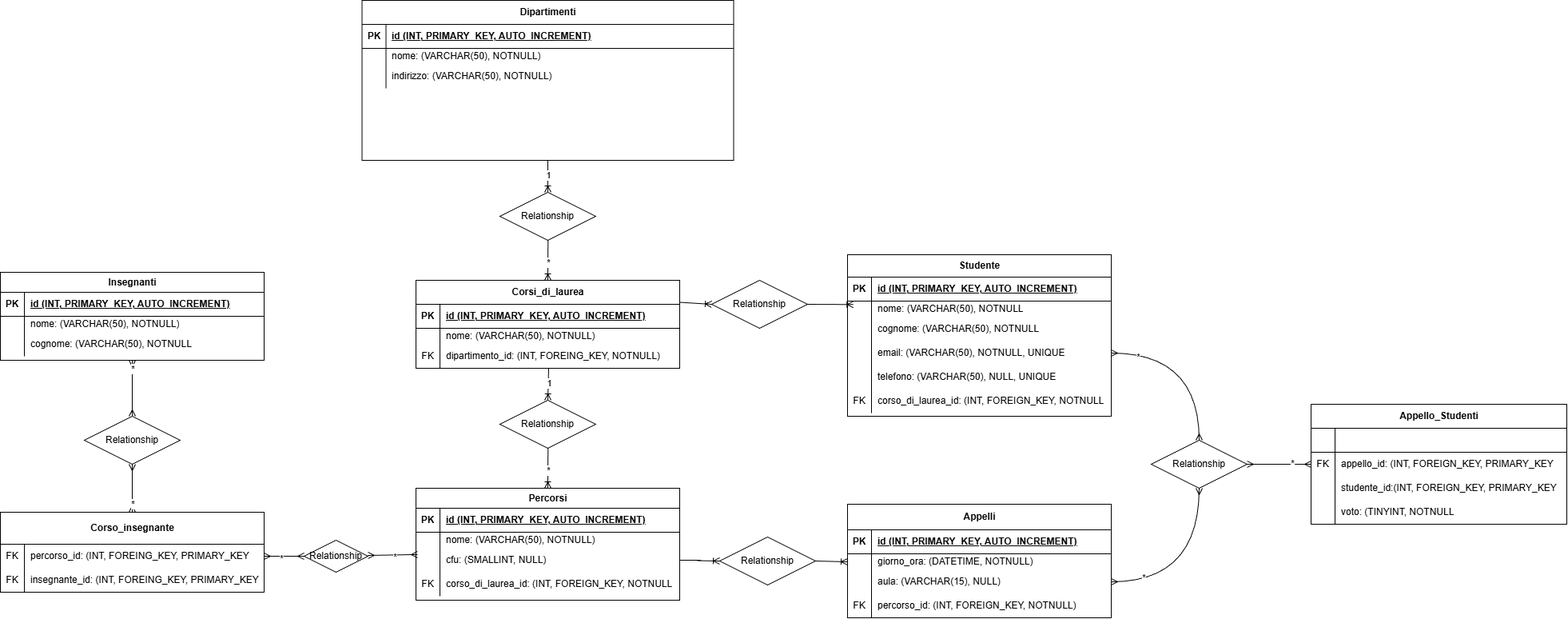
Earlier version of the draw.io export Struttura.png (christian-matarazzo/db-university). Source tidied: cells renumbered, new cells last; positions are measured from the earlier drawing's top-left corner, leaving out a move shared by most shapes.
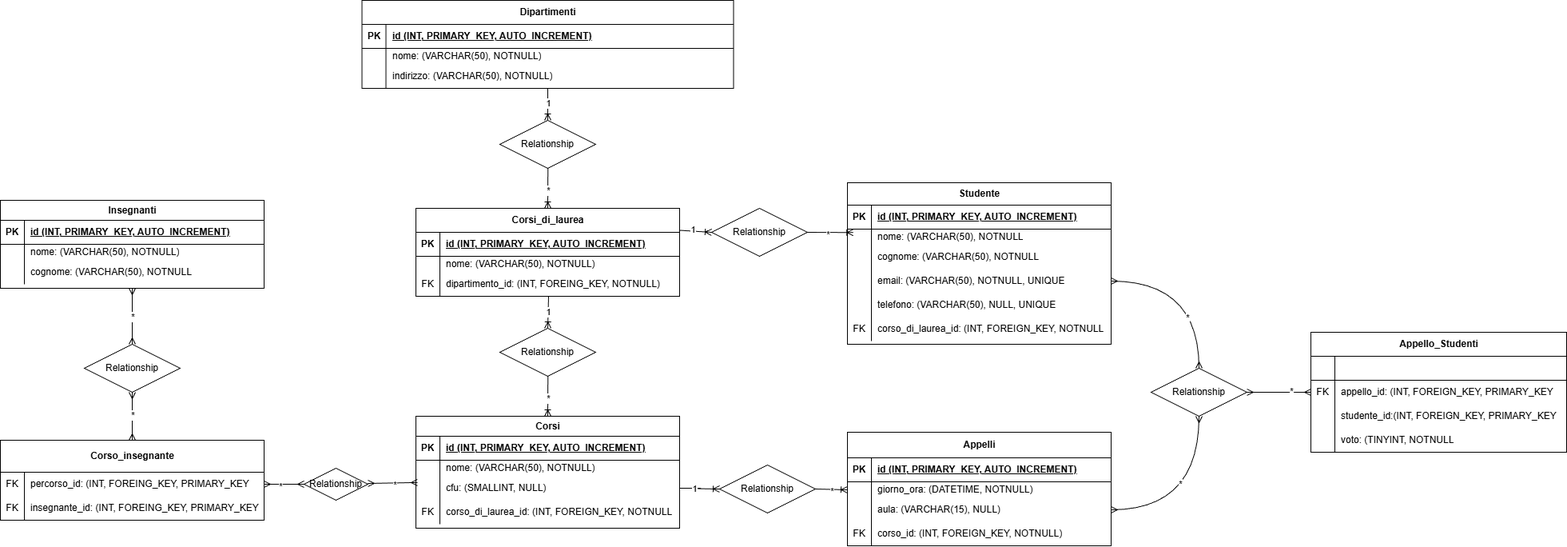
The same file after the commit.

Diff of the diagram source:
```diff
@@ -3,7 +3,7 @@
     <mxCell id="0" />
     <mxCell id="1" parent="0" />
     <mxCell id="2" value="Dipartimenti" style="shape=table;startSize=30;rowLines=0;fontStyle=1;align=center;html=1;" parent="1" vertex="1">
-      <mxGeometry x="452.5" width="465" height="200" as="geometry" />
+      <mxGeometry x="452.5" y="90" width="465" height="110" as="geometry" />
     </mxCell>
     <mxCell id="3" style="shape=tableRow;horizontal=0;startSize=0;swimlaneHead=0;swimlaneBody=0;fillColor=none;top=0;left=0;right=0;bottom=1;" parent="2" vertex="1">
       <mxGeometry y="30" width="465" height="30" as="geometry" />
@@ -100,7 +100,7 @@
     <mxCell id="31" value="Relationship" style="shape=rhombus;perimeter=rhombusPerimeter;whiteSpace=wrap;html=1;align=center;" parent="1" vertex="1">
       <mxGeometry x="625" y="500" width="120" height="60" as="geometry" />
     </mxCell>
-    <mxCell id="32" value="Percorsi" style="shape=table;startSize=25;rowLines=0;fontStyle=1;align=center;html=1;" parent="1" vertex="1">
+    <mxCell id="32" value="Corsi" style="shape=table;startSize=25;rowLines=0;fontStyle=1;align=center;html=1;" parent="1" vertex="1">
       <mxGeometry x="520" y="610" width="330" height="140" as="geometry" />
     </mxCell>
     <mxCell id="33" style="shape=tableRow;horizontal=0;startSize=0;swimlaneHead=0;swimlaneBody=0;fillColor=none;top=0;left=0;right=0;bottom=1;" parent="32" vertex="1">
@@ -194,7 +194,9 @@
       <mxGeometry relative="1" as="geometry" />
     </mxCell>
     <mxCell id="63" value="*" style="edgeLabel;html=1;align=center;verticalAlign=middle;" parent="62" vertex="1">
-      <mxGeometry x="0.72" relative="1" as="geometry" />
+      <mxGeometry x="0.72" relative="1" as="geometry">
+        <mxPoint y="25" as="offset" />
+      </mxGeometry>
     </mxCell>
     <mxCell id="64" style="fontSize=12;html=1;endArrow=ERmany;startArrow=ERmany;entryX=0.006;entryY=0.263;entryDx=0;entryDy=0;exitX=1;exitY=0.5;exitDx=0;exitDy=0;entryPerimeter=0;" parent="1" edge="1" target="39">
       <mxGeometry relative="1" as="geometry">
@@ -210,7 +212,9 @@
       <mxGeometry relative="1" as="geometry" />
     </mxCell>
     <mxCell id="67" value="*" style="edgeLabel;html=1;align=center;verticalAlign=middle;" parent="66" vertex="1">
-      <mxGeometry x="-0.65" relative="1" as="geometry" />
+      <mxGeometry x="-0.65" relative="1" as="geometry">
+        <mxPoint y="-22" as="offset" />
+      </mxGeometry>
     </mxCell>
     <mxCell id="68" value="Relationship" style="shape=rhombus;perimeter=rhombusPerimeter;whiteSpace=wrap;html=1;align=center;" parent="1" vertex="1">
       <mxGeometry x="105" y="520" width="120" height="60" as="geometry" />
@@ -262,7 +266,7 @@
     <mxCell id="83" value="FK" style="shape=partialRectangle;fillColor=none;top=0;left=0;bottom=0;right=0;overflow=hidden;whiteSpace=wrap;html=1;" parent="82" vertex="1">
       <mxGeometry width="30" height="30" as="geometry" />
     </mxCell>
-    <mxCell id="84" value="percorso_id: (INT, FOREIGN_KEY, NOTNULL)" style="shape=partialRectangle;fillColor=none;top=0;left=0;bottom=0;right=0;align=left;spacingLeft=6;overflow=hidden;whiteSpace=wrap;html=1;" parent="82" vertex="1">
+    <mxCell id="84" value="corso_id: (INT, FOREIGN_KEY, NOTNULL)" style="shape=partialRectangle;fillColor=none;top=0;left=0;bottom=0;right=0;align=left;spacingLeft=6;overflow=hidden;whiteSpace=wrap;html=1;" parent="82" vertex="1">
       <mxGeometry x="30" width="300" height="30" as="geometry" />
     </mxCell>
     <mxCell id="85" value="Studente" style="shape=table;startSize=28;rowLines=0;fontStyle=1;align=center;html=1;" parent="1" vertex="1">
@@ -325,18 +329,34 @@
     <mxCell id="104" style="fontSize=12;html=1;endArrow=ERoneToMany;entryX=0.022;entryY=1.143;entryDx=0;entryDy=0;exitX=1;exitY=0.5;exitDx=0;exitDy=0;entryPerimeter=0;" parent="1" edge="1" source="106" target="86">
       <mxGeometry relative="1" as="geometry" />
     </mxCell>
+    <mxCell id="130" value="*" style="edgeLabel;html=1;align=center;verticalAlign=middle;" parent="104" vertex="1">
+      <mxGeometry x="-0.09" relative="1" as="geometry">
+        <mxPoint y="2" as="offset" />
+      </mxGeometry>
+    </mxCell>
     <mxCell id="105" style="fontSize=12;html=1;endArrow=ERoneToMany;entryX=0;entryY=0.5;entryDx=0;entryDy=0;exitX=1;exitY=0.25;exitDx=0;exitDy=0;" parent="1" edge="1" source="12" target="106">
       <mxGeometry relative="1" as="geometry" />
     </mxCell>
+    <mxCell id="131" value="1" style="edgeLabel;html=1;align=center;verticalAlign=middle;" parent="105" vertex="1">
+      <mxGeometry x="-0.22" y="2" relative="1" as="geometry" />
+    </mxCell>
     <mxCell id="106" value="Relationship" style="shape=rhombus;perimeter=rhombusPerimeter;whiteSpace=wrap;html=1;align=center;" parent="1" vertex="1">
       <mxGeometry x="890" y="350" width="120" height="60" as="geometry" />
     </mxCell>
     <mxCell id="107" style="fontSize=12;html=1;endArrow=ERoneToMany;exitX=1;exitY=0.5;exitDx=0;exitDy=0;entryX=0;entryY=0.5;entryDx=0;entryDy=0;" parent="1" edge="1" source="109" target="76">
       <mxGeometry relative="1" as="geometry" />
     </mxCell>
+    <mxCell id="132" value="*" style="edgeLabel;html=1;align=center;verticalAlign=middle;" parent="107" vertex="1">
+      <mxGeometry x="0.01" y="1" relative="1" as="geometry">
+        <mxPoint y="3" as="offset" />
+      </mxGeometry>
+    </mxCell>
     <mxCell id="108" style="edgeStyle=entityRelationEdgeStyle;fontSize=12;html=1;endArrow=ERoneToMany;exitX=1;exitY=0.5;exitDx=0;exitDy=0;entryX=0;entryY=0.5;entryDx=0;entryDy=0;" parent="1" edge="1" source="39" target="109">
       <mxGeometry relative="1" as="geometry" />
     </mxCell>
+    <mxCell id="133" value="1" style="edgeLabel;html=1;align=center;verticalAlign=middle;" parent="108" vertex="1">
+      <mxGeometry x="-0.47" relative="1" as="geometry" />
+    </mxCell>
     <mxCell id="109" value="Relationship" style="shape=rhombus;perimeter=rhombusPerimeter;whiteSpace=wrap;html=1;align=center;" parent="1" vertex="1">
       <mxGeometry x="900" y="671" width="120" height="60" as="geometry" />
     </mxCell>
@@ -347,13 +367,17 @@
       <mxGeometry relative="1" as="geometry" />
     </mxCell>
     <mxCell id="112" value="*" style="edgeLabel;html=1;align=center;verticalAlign=middle;" parent="111" vertex="1">
-      <mxGeometry x="-0.69" y="-4" relative="1" as="geometry" />
+      <mxGeometry x="-0.69" y="-4" relative="1" as="geometry">
+        <mxPoint x="62" y="41" as="offset" />
+      </mxGeometry>
     </mxCell>
     <mxCell id="113" style="fontSize=12;html=1;endArrow=ERmany;startArrow=ERmany;entryX=0.5;entryY=1;entryDx=0;entryDy=0;exitX=1;exitY=0.5;exitDx=0;exitDy=0;edgeStyle=orthogonalEdgeStyle;curved=1;" parent="1" edge="1" source="79" target="110">
       <mxGeometry relative="1" as="geometry" />
     </mxCell>
     <mxCell id="114" value="*" style="edgeLabel;html=1;align=center;verticalAlign=middle;" parent="113" vertex="1">
-      <mxGeometry x="-0.65" y="6" relative="1" as="geometry" />
+      <mxGeometry x="-0.65" y="6" relative="1" as="geometry">
+        <mxPoint x="48" y="-27" as="offset" />
+      </mxGeometry>
     </mxCell>
     <mxCell id="115" style="fontSize=12;html=1;endArrow=ERmany;startArrow=ERmany;exitX=1;exitY=0.5;exitDx=0;exitDy=0;" parent="1" edge="1" source="110" target="117">
       <mxGeometry relative="1" as="geometry" />
```
